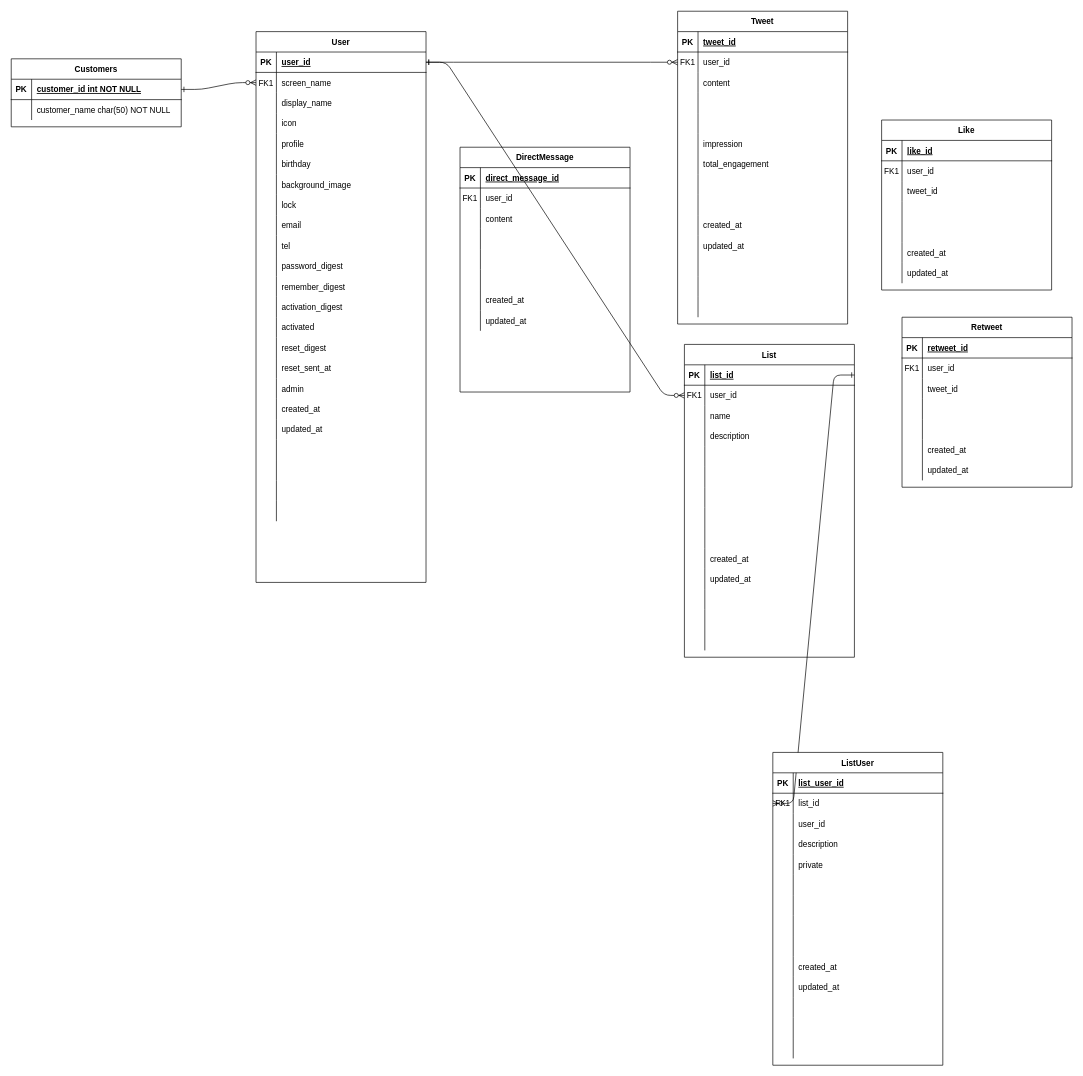
Above: twitter.drawio in universato/boot (draw.io), before the change. Source tidied: cells renumbered, new cells numbered last; positions are measured from the earlier drawing's top-left corner, leaving out a move shared by most shapes. Both pictures are drawn from the tidied source at 68%, with x=0, y=0 at pixel (11, 11).
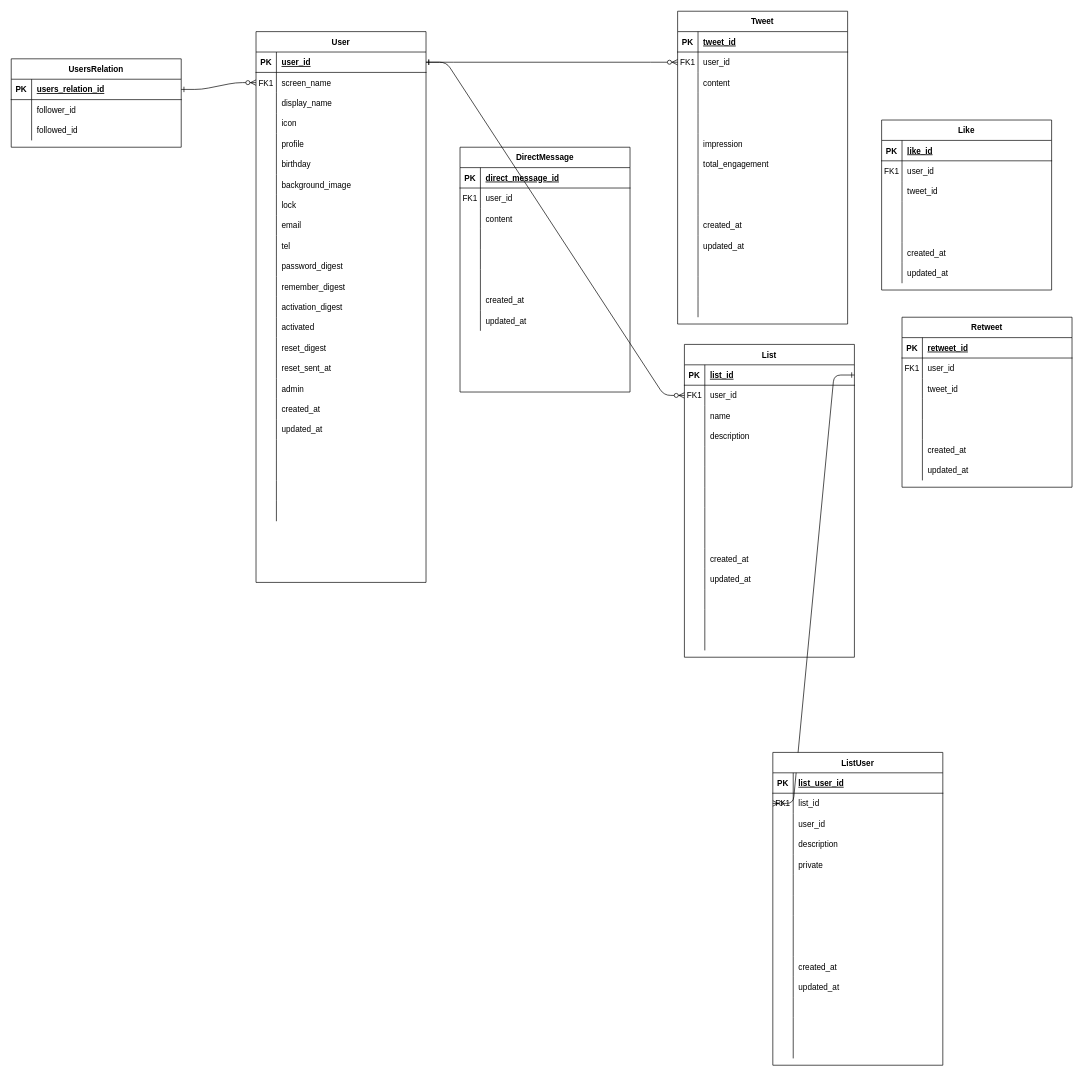
The same page after the edit.

Commit message (it also covers changes not shown here):
Update twitter.drawio about UserRelation

Unchanged cells that the change refers to:
```xml
<mxCell id="75" style="shape=partialRectangle;fillColor=none;points=[[0,0.5],[1,0.5]];portConstraint=eastwest;top=0;left=0;right=0;bottom=1;" parent="74" vertex="1">
  <mxGeometry y="30" width="250" height="30" as="geometry" />
</mxCell>
<mxCell id="78" style="shape=partialRectangle;fillColor=none;top=0;left=0;right=0;bottom=0;" parent="74" vertex="1">
  <mxGeometry y="60" width="250" height="30" as="geometry" />
</mxCell>
```

Change to the diagram source:
```diff
@@
-    <mxCell id="74" value="Customers" style="shape=table;startSize=30;childLayout=tableLayout;rowLines=0;fontStyle=1;align=center;" parent="1" vertex="1">
-      <mxGeometry y="70" width="250" height="100" as="geometry" />
+    <mxCell id="74" value="UsersRelation" style="shape=table;startSize=30;childLayout=tableLayout;rowLines=0;fontStyle=1;align=center;" parent="1" vertex="1">
+      <mxGeometry y="70" width="250" height="130" as="geometry" />
     </mxCell>
@@
-    <mxCell id="77" value="customer_id int NOT NULL " style="shape=partialRectangle;overflow=hidden;fillColor=none;top=0;left=0;bottom=0;right=0;align=left;spacingLeft=6;fontStyle=5;" parent="75" vertex="1">
+    <mxCell id="77" value="users_relation_id" style="shape=partialRectangle;overflow=hidden;fillColor=none;top=0;left=0;bottom=0;right=0;align=left;spacingLeft=6;fontStyle=5;" parent="75" vertex="1">
       <mxGeometry x="30" width="220" height="30" as="geometry" />
     </mxCell>
@@
-    <mxCell id="80" value="customer_name char(50) NOT NULL" style="shape=partialRectangle;overflow=hidden;fillColor=none;top=0;left=0;bottom=0;right=0;align=left;spacingLeft=6;" parent="78" vertex="1">
+    <mxCell id="80" value="follower_id" style="shape=partialRectangle;overflow=hidden;fillColor=none;top=0;left=0;bottom=0;right=0;align=left;spacingLeft=6;" parent="78" vertex="1">
       <mxGeometry x="30" width="220" height="30" as="geometry" />
     </mxCell>
+    <mxCell id="281" style="shape=partialRectangle;fillColor=none;top=0;left=0;right=0;bottom=0;" parent="74" vertex="1">
+      <mxGeometry y="90" width="250" height="30" as="geometry" />
+    </mxCell>
+    <mxCell id="282" style="shape=partialRectangle;overflow=hidden;fillColor=none;top=0;left=0;bottom=0;right=0;" parent="281" vertex="1">
+      <mxGeometry width="30" height="30" as="geometry" />
+    </mxCell>
+    <mxCell id="283" value="followed_id" style="shape=partialRectangle;overflow=hidden;fillColor=none;top=0;left=0;bottom=0;right=0;align=left;spacingLeft=6;" parent="281" vertex="1">
+      <mxGeometry x="30" width="220" height="30" as="geometry" />
+    </mxCell>
```
